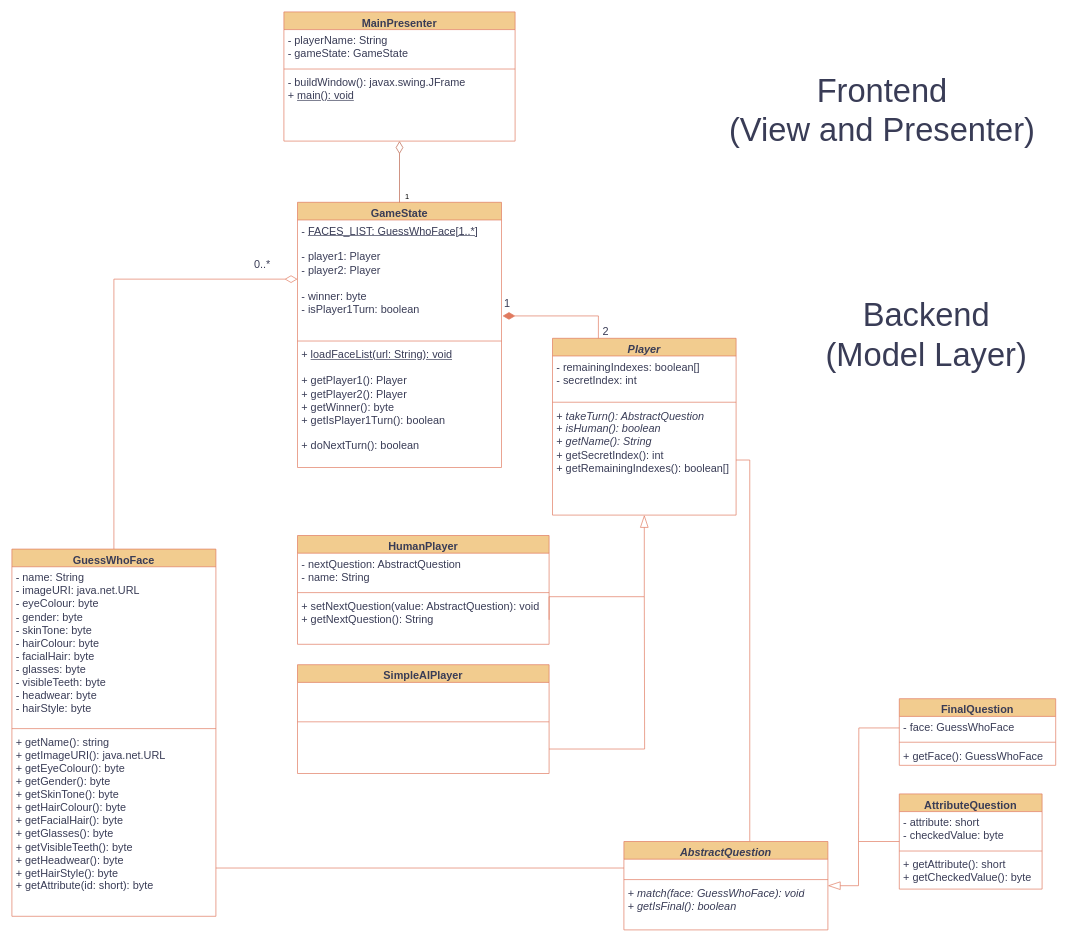
Before: uml-diagram.drawio in jgcodes2020/GSEGuessWho, a draw.io diagram. Source tidied: cells renumbered, new cells numbered last; positions are measured from the earlier drawing's top-left corner, leaving out a move shared by most shapes. Both pictures are drawn from the tidied source at 68%, with x=0, y=0 at pixel (12, 12).
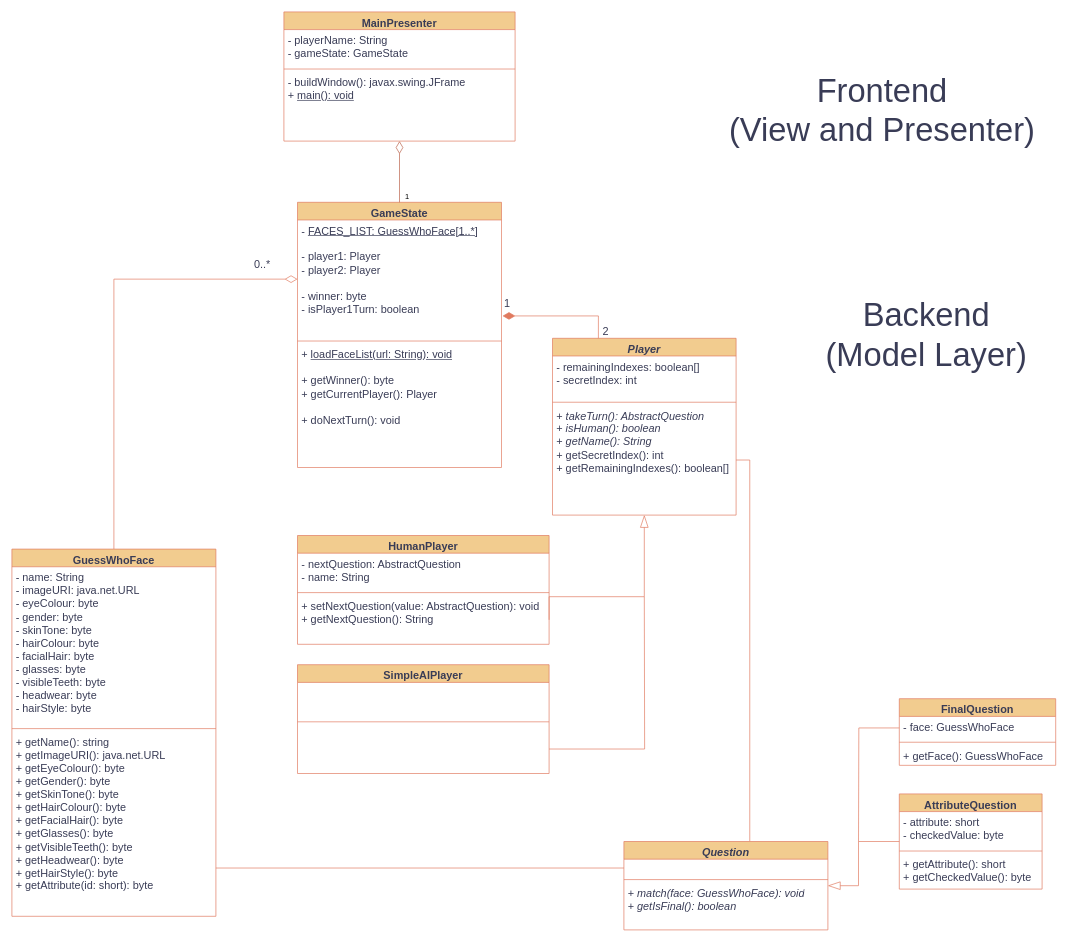
After the change.

The change refers to these unchanged cells:
```xml
<mxCell id="12" value="GameState" style="swimlane;fontStyle=1;align=center;verticalAlign=top;horizontal=1;startSize=26;whiteSpace=wrap;html=1;fontSize=16;labelBackgroundColor=none;fillColor=#F2CC8F;strokeColor=#E07A5F;fontColor=#393C56;" parent="1" vertex="1">
  <mxGeometry x="420" y="280" width="300" height="390" as="geometry" />
</mxCell>
```

The edit, as a diff of the source:
```diff
@@
-    <mxCell id="15" value="&lt;div style=&quot;font-size: 16px;&quot;&gt;+ &lt;u&gt;loadFaceList(url: String): void&lt;/u&gt;&lt;/div&gt;&lt;div style=&quot;font-size: 16px;&quot;&gt;&lt;br&gt;&lt;/div&gt;&lt;div style=&quot;font-size: 16px;&quot;&gt;+ getPlayer1(): Player&lt;/div&gt;&lt;div style=&quot;font-size: 16px;&quot;&gt;+ getPlayer2(): Player&lt;br style=&quot;font-size: 16px;&quot;&gt;&lt;/div&gt;&lt;div style=&quot;font-size: 16px;&quot;&gt;+ getWinner(): byte&lt;br style=&quot;font-size: 16px;&quot;&gt;+ getIsPlayer1Turn(): boolean&lt;br style=&quot;font-size: 16px;&quot;&gt;&lt;/div&gt;&lt;div style=&quot;font-size: 16px;&quot;&gt;&lt;br&gt;&lt;/div&gt;&lt;div style=&quot;font-size: 16px;&quot;&gt;+ doNextTurn(): boolean&lt;/div&gt;" style="text;strokeColor=none;fillColor=none;align=left;verticalAlign=top;spacingLeft=4;spacingRight=4;overflow=hidden;whiteSpace=wrap;html=1;fontSize=16;labelBackgroundColor=none;fontColor=#393C56;" parent="12" vertex="1">
+    <mxCell id="15" value="&lt;div style=&quot;font-size: 16px;&quot;&gt;+ &lt;u&gt;loadFaceList(url: String): void&lt;/u&gt;&lt;/div&gt;&lt;div style=&quot;font-size: 16px;&quot;&gt;&lt;br&gt;&lt;/div&gt;&lt;div style=&quot;font-size: 16px;&quot;&gt;+ getWinner(): byte&lt;br style=&quot;font-size: 16px;&quot;&gt;&lt;/div&gt;&lt;div style=&quot;font-size: 16px;&quot;&gt;+ getCurrentPlayer(): Player&lt;/div&gt;&lt;div style=&quot;font-size: 16px;&quot;&gt;&lt;br&gt;&lt;/div&gt;&lt;div style=&quot;font-size: 16px;&quot;&gt;+ doNextTurn(): void&lt;/div&gt;" style="text;strokeColor=none;fillColor=none;align=left;verticalAlign=top;spacingLeft=4;spacingRight=4;overflow=hidden;whiteSpace=wrap;html=1;fontSize=16;labelBackgroundColor=none;fontColor=#393C56;" parent="12" vertex="1">
       <mxGeometry y="208" width="300" height="182" as="geometry" />
     </mxCell>
@@
-    <mxCell id="29" value="&lt;i&gt;AbstractQuestion&lt;/i&gt;" style="swimlane;fontStyle=1;align=center;verticalAlign=top;horizontal=1;startSize=26;whiteSpace=wrap;html=1;strokeColor=#E07A5F;fontSize=16;fontColor=#393C56;fillColor=#F2CC8F;" parent="1" vertex="1">
+    <mxCell id="29" value="&lt;i&gt;Question&lt;/i&gt;" style="swimlane;fontStyle=1;align=center;verticalAlign=top;horizontal=1;startSize=26;whiteSpace=wrap;html=1;strokeColor=#E07A5F;fontSize=16;fontColor=#393C56;fillColor=#F2CC8F;" parent="1" vertex="1">
       <mxGeometry x="900" y="1220" width="300" height="130" as="geometry" />
     </mxCell>
```
